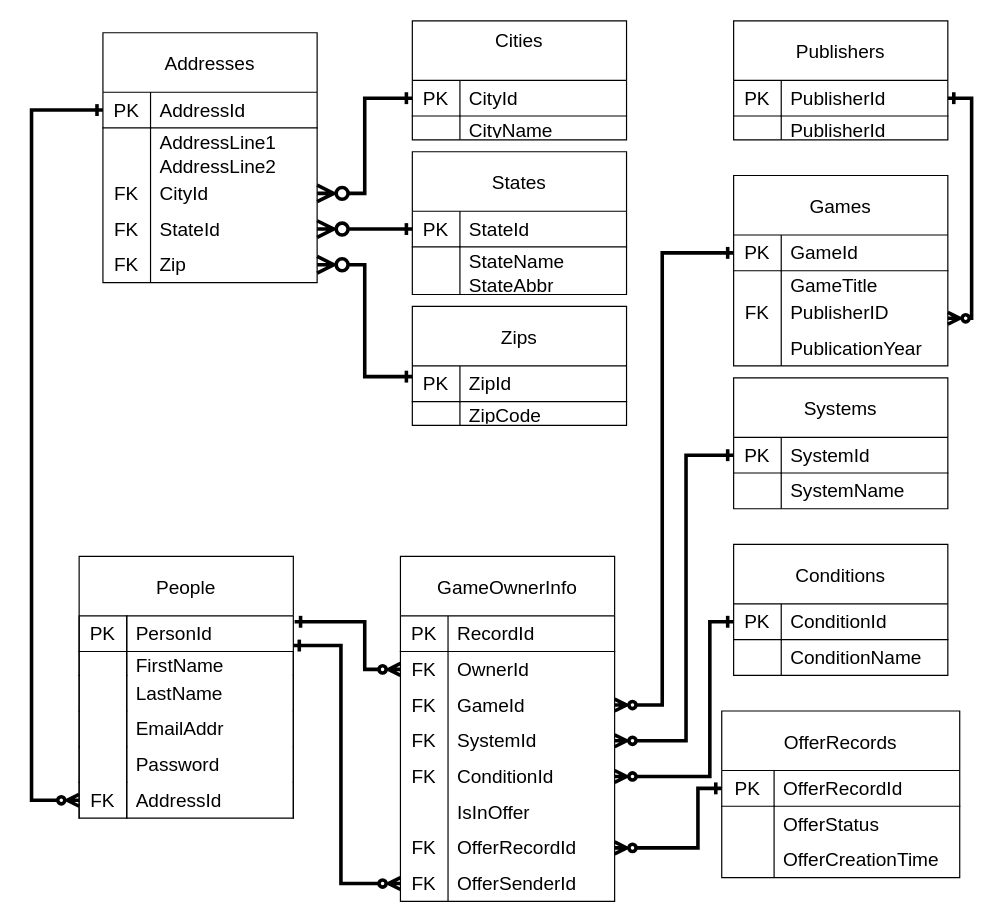
Above: SetupAndDocumentation/L1NormalizedDatabase.drawio in MaStratton/GameExchange (draw.io), before the change. Source tidied: cells renumbered, new cells numbered last; positions are measured from the earlier drawing's top-left corner, leaving out a move shared by most shapes. Both pictures are drawn from the tidied source at 119%, with x=0, y=0 at pixel (31, 20).
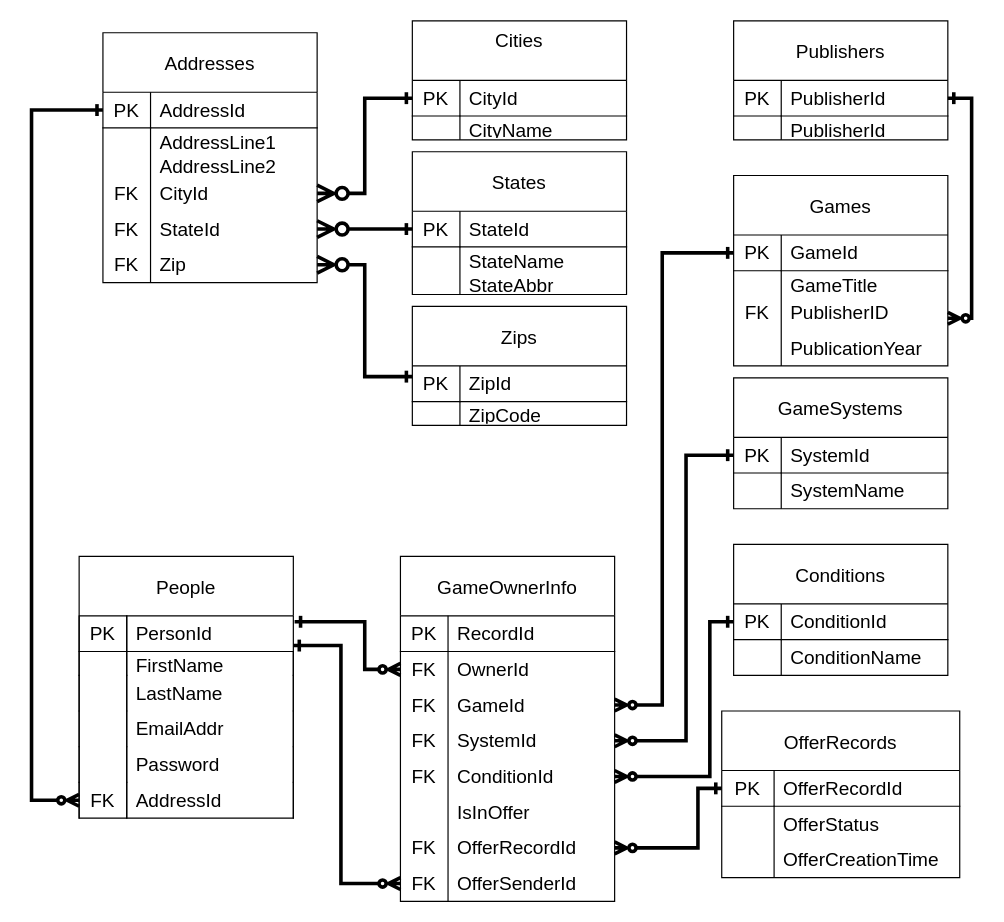
After the change.

Commit message:
Updated Databse Diagram

Change to the diagram source:
```diff
@@
-    <mxCell id="116" value="Systems" style="shape=table;startSize=50;childLayout=tableLayout;rowLines=0;fontStyle=0;strokeColor=default;fontSize=16;columnLines=1;" parent="1" vertex="1">
+    <mxCell id="116" value="GameSystems" style="shape=table;startSize=50;childLayout=tableLayout;rowLines=0;fontStyle=0;strokeColor=default;fontSize=16;columnLines=1;" parent="1" vertex="1">
       <mxGeometry x="590" y="300" width="180" height="110" as="geometry" />
     </mxCell>
```
